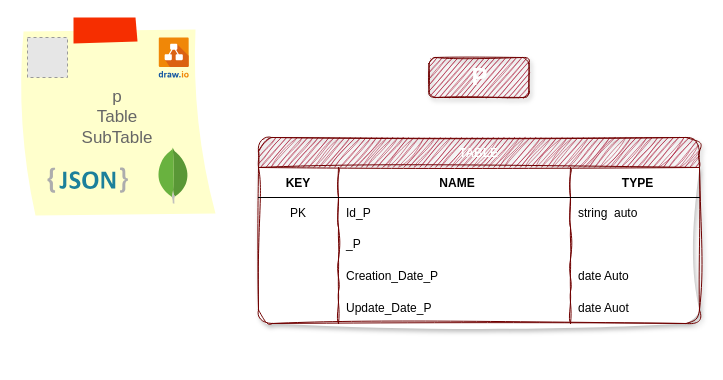
Before: page "Esquema" (1 of 9) of server/diseños/EstructuraDB.drawio in No-Country-simulation/c17-29-n-node, a draw.io diagram. Source tidied: cells renumbered, new cells numbered last; positions are measured from the earlier drawing's top-left corner, leaving out a move shared by most shapes. Both pictures are drawn from the tidied source at 100%, with x=0, y=0 at pixel (17, 17). Pictures stored in the file or linked from it are replaced by grey dashed boxes.
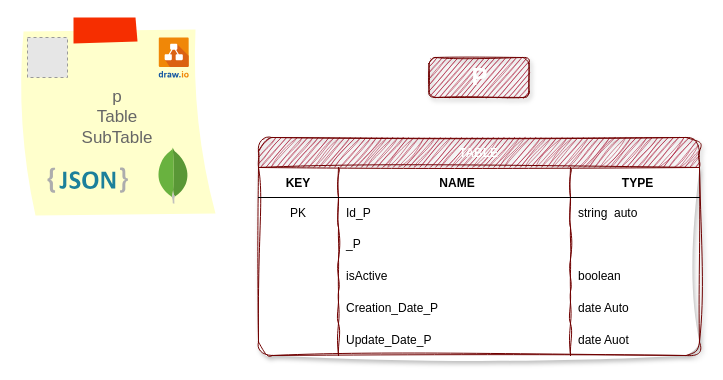
After the change.

Diff of the diagram source:
```diff
@@
     <mxCell id="2" value="TABLE" style="shape=table;startSize=30;childLayout=tableLayout;rowLines=0;fontStyle=1;align=center;swimlaneFillColor=default;fillColor=#a20025;fontColor=#ffffff;strokeColor=#6F0000;sketch=1;curveFitting=1;jiggle=2;swimlaneLine=1;rounded=1;shadow=1;" parent="1" vertex="1">
-      <mxGeometry x="241" y="120" width="441" height="186" as="geometry" />
+      <mxGeometry x="241" y="120" width="441" height="218" as="geometry" />
     </mxCell>
@@
+    <mxCell id="30" style="shape=tableRow;horizontal=0;startSize=0;swimlaneHead=0;swimlaneBody=0;fillColor=none;top=0;left=0;right=0;bottom=0;" parent="2" vertex="1">
+      <mxGeometry y="122" width="441" height="32" as="geometry" />
+    </mxCell>
+    <mxCell id="31" style="shape=partialRectangle;fillColor=none;top=0;left=0;bottom=0;right=0;overflow=hidden;" parent="30" vertex="1">
+      <mxGeometry width="80" height="32" as="geometry" />
+    </mxCell>
+    <mxCell id="32" value="isActive" style="shape=partialRectangle;fillColor=none;top=0;left=0;bottom=0;right=0;align=left;spacingLeft=6;overflow=hidden;" parent="30" vertex="1">
+      <mxGeometry x="80" width="232" height="32" as="geometry" />
+    </mxCell>
+    <mxCell id="33" value="boolean" style="shape=partialRectangle;fillColor=none;top=0;left=0;bottom=0;right=0;align=left;spacingLeft=6;overflow=hidden;" parent="30" vertex="1">
+      <mxGeometry x="312" width="129" height="32" as="geometry" />
+    </mxCell>
     <mxCell id="15" style="shape=tableRow;horizontal=0;startSize=0;swimlaneHead=0;swimlaneBody=0;fillColor=none;top=0;left=0;right=0;bottom=0;" parent="2" vertex="1">
-      <mxGeometry y="122" width="441" height="32" as="geometry" />
+      <mxGeometry y="154" width="441" height="32" as="geometry" />
     </mxCell>
@@
     <mxCell id="19" style="shape=tableRow;horizontal=0;startSize=0;swimlaneHead=0;swimlaneBody=0;fillColor=none;top=0;left=0;right=0;bottom=0;" parent="2" vertex="1">
-      <mxGeometry y="154" width="441" height="32" as="geometry" />
+      <mxGeometry y="186" width="441" height="32" as="geometry" />
     </mxCell>
```
